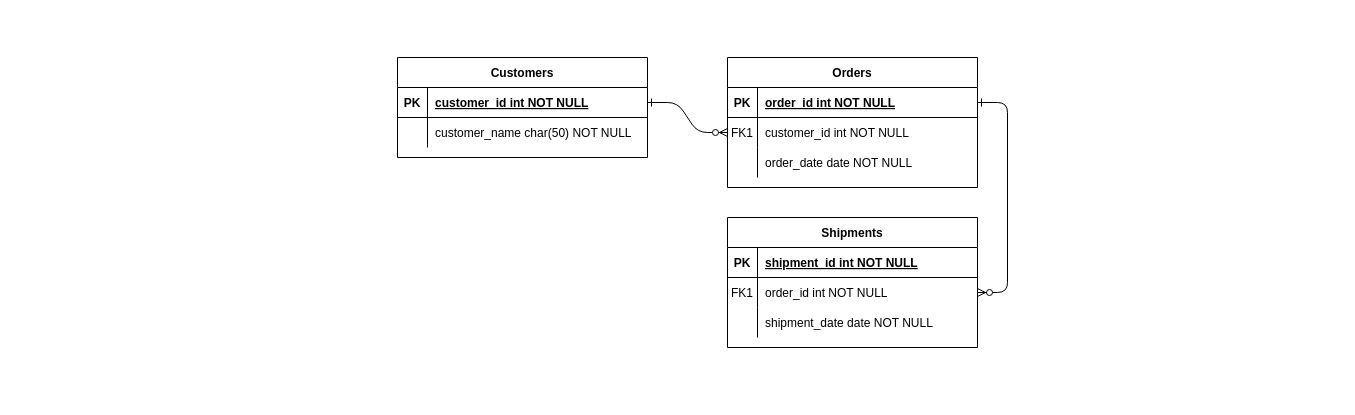
Before: Диаграмма без названия.drawio in Evgeniia0410/music-site, a draw.io diagram. Source tidied: cells renumbered, new cells numbered last; positions are measured from the earlier drawing's top-left corner, leaving out a move shared by most shapes. Both pictures are drawn from the tidied source at 100%, with x=0, y=0 at pixel (397, 57).
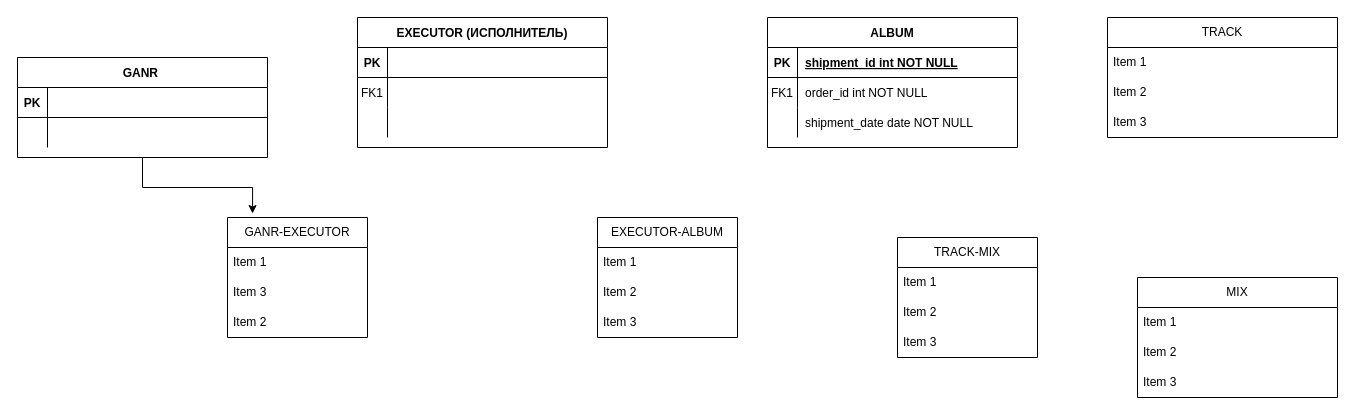
Above is the later version.

Unchanged cells that the change refers to:
```xml
<mxCell id="5" style="shape=partialRectangle;fillColor=none;points=[[0,0.5],[1,0.5]];portConstraint=eastwest;top=0;left=0;right=0;bottom=1;" parent="4" vertex="1">
  <mxGeometry y="30" width="250" height="30" as="geometry" />
</mxCell>
<mxCell id="8" style="shape=partialRectangle;fillColor=none;points=[[0,0.5],[1,0.5]];portConstraint=eastwest;top=0;left=0;right=0;bottom=0;" parent="4" vertex="1">
  <mxGeometry y="60" width="250" height="30" as="geometry" />
</mxCell>
<mxCell id="11" style="shape=partialRectangle;fillColor=none;top=0;left=0;right=0;bottom=0;" parent="4" vertex="1">
  <mxGeometry y="90" width="250" height="30" as="geometry" />
</mxCell>
<mxCell id="18" style="shape=partialRectangle;fillColor=none;points=[[0,0.5],[1,0.5]];portConstraint=eastwest;top=0;left=0;right=0;bottom=0;" parent="14" vertex="1">
  <mxGeometry y="60" width="250" height="30" as="geometry" />
</mxCell>
<mxCell id="25" style="shape=partialRectangle;fillColor=none;points=[[0,0.5],[1,0.5]];portConstraint=eastwest;top=0;left=0;right=0;bottom=1;" parent="24" vertex="1">
  <mxGeometry y="30" width="250" height="30" as="geometry" />
</mxCell>
<mxCell id="28" style="shape=partialRectangle;fillColor=none;top=0;left=0;right=0;bottom=0;" parent="24" vertex="1">
  <mxGeometry y="60" width="250" height="30" as="geometry" />
</mxCell>
```

Diff of the diagram source:
```diff
@@
-    <mxCell id="2" style="edgeStyle=entityRelationEdgeStyle;endArrow=ERzeroToMany;startArrow=ERone;endFill=1;startFill=0;" parent="1" edge="1" source="25" target="8">
-      <mxGeometry relative="1" as="geometry" />
-    </mxCell>
-    <mxCell id="3" style="edgeStyle=entityRelationEdgeStyle;endArrow=ERzeroToMany;startArrow=ERone;endFill=1;startFill=0;" parent="1" edge="1" source="5" target="18">
-      <mxGeometry relative="1" as="geometry" />
-    </mxCell>
-    <mxCell id="4" value="Orders" style="shape=table;startSize=30;childLayout=tableLayout;rowLines=0;fontStyle=1;align=center;" parent="1" vertex="1">
-      <mxGeometry x="330" width="250" height="130" as="geometry" />
+    <mxCell id="4" value="EXECUTOR (ИСПОЛНИТЕЛЬ)" style="shape=table;startSize=30;childLayout=tableLayout;rowLines=0;fontStyle=1;align=center;" parent="1" vertex="1">
+      <mxGeometry x="-40" y="-40" width="250" height="130" as="geometry" />
     </mxCell>
@@
-    <mxCell id="7" value="order_id int NOT NULL " style="shape=partialRectangle;overflow=hidden;fillColor=none;top=0;left=0;bottom=0;right=0;align=left;spacingLeft=6;fontStyle=5;" parent="5" vertex="1">
+    <mxCell id="7" style="shape=partialRectangle;overflow=hidden;fillColor=none;top=0;left=0;bottom=0;right=0;align=left;spacingLeft=6;fontStyle=5;" parent="5" vertex="1">
       <mxGeometry x="30" width="220" height="30" as="geometry" />
     </mxCell>
@@
-    <mxCell id="10" value="customer_id int NOT NULL" style="shape=partialRectangle;overflow=hidden;fillColor=none;top=0;left=0;bottom=0;right=0;align=left;spacingLeft=6;" parent="8" vertex="1">
+    <mxCell id="10" style="shape=partialRectangle;overflow=hidden;fillColor=none;top=0;left=0;bottom=0;right=0;align=left;spacingLeft=6;" parent="8" vertex="1">
       <mxGeometry x="30" width="220" height="30" as="geometry" />
     </mxCell>
@@
-    <mxCell id="13" value="order_date date NOT NULL" style="shape=partialRectangle;overflow=hidden;fillColor=none;top=0;left=0;bottom=0;right=0;align=left;spacingLeft=6;" parent="11" vertex="1">
+    <mxCell id="13" style="shape=partialRectangle;overflow=hidden;fillColor=none;top=0;left=0;bottom=0;right=0;align=left;spacingLeft=6;" parent="11" vertex="1">
       <mxGeometry x="30" width="220" height="30" as="geometry" />
     </mxCell>
-    <mxCell id="14" value="Shipments" style="shape=table;startSize=30;childLayout=tableLayout;rowLines=0;fontStyle=1;align=center;" parent="1" vertex="1">
-      <mxGeometry x="330" y="160" width="250" height="130" as="geometry" />
+    <mxCell id="14" value="ALBUM" style="shape=table;startSize=30;childLayout=tableLayout;rowLines=0;fontStyle=1;align=center;" parent="1" vertex="1">
+      <mxGeometry x="370" y="-40" width="250" height="130" as="geometry" />
     </mxCell>
@@
+    <mxCell id="31" style="edgeStyle=orthogonalEdgeStyle;rounded=0;jettySize=auto;html=1;entryX=0.179;entryY=-0.033;entryDx=0;entryDy=0;entryPerimeter=0;" parent="1" edge="1" source="24" target="32">
+      <mxGeometry relative="1" as="geometry" />
+    </mxCell>
-    <mxCell id="24" value="Customers" style="shape=table;startSize=30;childLayout=tableLayout;rowLines=0;fontStyle=1;align=center;" parent="1" vertex="1">
-      <mxGeometry width="250" height="100" as="geometry" />
+    <mxCell id="24" value="GANR " style="shape=table;startSize=30;childLayout=tableLayout;rowLines=0;fontStyle=1;align=center;" parent="1" vertex="1">
+      <mxGeometry x="-380" width="250" height="100" as="geometry" />
     </mxCell>
@@
-    <mxCell id="27" value="customer_id int NOT NULL " style="shape=partialRectangle;overflow=hidden;fillColor=none;top=0;left=0;bottom=0;right=0;align=left;spacingLeft=6;fontStyle=5;" parent="25" vertex="1">
+    <mxCell id="27" style="shape=partialRectangle;overflow=hidden;fillColor=none;top=0;left=0;bottom=0;right=0;align=left;spacingLeft=6;fontStyle=5;flipH=1;flipV=1;" parent="25" vertex="1">
       <mxGeometry x="30" width="220" height="30" as="geometry" />
     </mxCell>
@@
-    <mxCell id="30" value="customer_name char(50) NOT NULL" style="shape=partialRectangle;overflow=hidden;fillColor=none;top=0;left=0;bottom=0;right=0;align=left;spacingLeft=6;" parent="28" vertex="1">
+    <mxCell id="30" style="shape=partialRectangle;overflow=hidden;fillColor=none;top=0;left=0;bottom=0;right=0;align=left;spacingLeft=6;" parent="28" vertex="1">
       <mxGeometry x="30" width="220" height="30" as="geometry" />
     </mxCell>
+    <mxCell id="32" value="GANR-EXECUTOR" style="swimlane;fontStyle=0;horizontal=1;startSize=30;whiteSpace=wrap;html=1;" parent="1" vertex="1">
+      <mxGeometry x="-170" y="160" width="140" height="120" as="geometry" />
+    </mxCell>
+    <mxCell id="33" value="Item 1" style="text;strokeColor=none;fillColor=none;align=left;verticalAlign=middle;spacingLeft=4;spacingRight=4;overflow=hidden;whiteSpace=wrap;html=1;" parent="32" vertex="1">
+      <mxGeometry y="30" width="140" height="30" as="geometry" />
+    </mxCell>
+    <mxCell id="34" value="Item 3" style="text;strokeColor=none;fillColor=none;align=left;verticalAlign=middle;spacingLeft=4;spacingRight=4;overflow=hidden;whiteSpace=wrap;html=1;" parent="32" vertex="1">
+      <mxGeometry y="60" width="140" height="30" as="geometry" />
+    </mxCell>
+    <mxCell id="35" value="Item 2" style="text;strokeColor=none;fillColor=none;align=left;verticalAlign=middle;spacingLeft=4;spacingRight=4;overflow=hidden;whiteSpace=wrap;html=1;" parent="32" vertex="1">
+      <mxGeometry y="90" width="140" height="30" as="geometry" />
+    </mxCell>
+    <mxCell id="36" value="EXECUTOR-ALBUM" style="swimlane;fontStyle=0;horizontal=1;startSize=30;whiteSpace=wrap;html=1;" parent="1" vertex="1">
+      <mxGeometry x="200" y="160" width="140" height="120" as="geometry" />
+    </mxCell>
+    <mxCell id="37" value="Item 1" style="text;strokeColor=none;fillColor=none;align=left;verticalAlign=middle;spacingLeft=4;spacingRight=4;overflow=hidden;whiteSpace=wrap;html=1;" parent="36" vertex="1">
+      <mxGeometry y="30" width="140" height="30" as="geometry" />
+    </mxCell>
+    <mxCell id="38" value="Item 2" style="text;strokeColor=none;fillColor=none;align=left;verticalAlign=middle;spacingLeft=4;spacingRight=4;overflow=hidden;whiteSpace=wrap;html=1;" parent="36" vertex="1">
+      <mxGeometry y="60" width="140" height="30" as="geometry" />
+    </mxCell>
+    <mxCell id="39" value="Item 3" style="text;strokeColor=none;fillColor=none;align=left;verticalAlign=middle;spacingLeft=4;spacingRight=4;overflow=hidden;whiteSpace=wrap;html=1;" parent="36" vertex="1">
+      <mxGeometry y="90" width="140" height="30" as="geometry" />
+    </mxCell>
+    <mxCell id="40" value="TRACK" style="swimlane;fontStyle=0;horizontal=1;startSize=30;whiteSpace=wrap;html=1;" parent="1" vertex="1">
+      <mxGeometry x="710" y="-40" width="230" height="120" as="geometry" />
+    </mxCell>
+    <mxCell id="41" value="Item 1" style="text;strokeColor=none;fillColor=none;align=left;verticalAlign=middle;spacingLeft=4;spacingRight=4;overflow=hidden;whiteSpace=wrap;html=1;" parent="40" vertex="1">
+      <mxGeometry y="30" width="230" height="30" as="geometry" />
+    </mxCell>
+    <mxCell id="42" value="Item 2" style="text;strokeColor=none;fillColor=none;align=left;verticalAlign=middle;spacingLeft=4;spacingRight=4;overflow=hidden;whiteSpace=wrap;html=1;" parent="40" vertex="1">
+      <mxGeometry y="60" width="230" height="30" as="geometry" />
+    </mxCell>
+    <mxCell id="43" value="Item 3" style="text;strokeColor=none;fillColor=none;align=left;verticalAlign=middle;spacingLeft=4;spacingRight=4;overflow=hidden;whiteSpace=wrap;html=1;" parent="40" vertex="1">
+      <mxGeometry y="90" width="230" height="30" as="geometry" />
+    </mxCell>
+    <mxCell id="44" value="TRACK-MIX" style="swimlane;fontStyle=0;horizontal=1;startSize=30;whiteSpace=wrap;html=1;" parent="1" vertex="1">
+      <mxGeometry x="500" y="180" width="140" height="120" as="geometry" />
+    </mxCell>
+    <mxCell id="45" value="Item 1" style="text;strokeColor=none;fillColor=none;align=left;verticalAlign=middle;spacingLeft=4;spacingRight=4;overflow=hidden;whiteSpace=wrap;html=1;" parent="44" vertex="1">
+      <mxGeometry y="30" width="140" height="30" as="geometry" />
+    </mxCell>
+    <mxCell id="46" value="Item 2" style="text;strokeColor=none;fillColor=none;align=left;verticalAlign=middle;spacingLeft=4;spacingRight=4;overflow=hidden;whiteSpace=wrap;html=1;" parent="44" vertex="1">
+      <mxGeometry y="60" width="140" height="30" as="geometry" />
+    </mxCell>
+    <mxCell id="47" value="Item 3" style="text;strokeColor=none;fillColor=none;align=left;verticalAlign=middle;spacingLeft=4;spacingRight=4;overflow=hidden;whiteSpace=wrap;html=1;" parent="44" vertex="1">
+      <mxGeometry y="90" width="140" height="30" as="geometry" />
+    </mxCell>
+    <mxCell id="48" value="MIX" style="swimlane;fontStyle=0;horizontal=1;startSize=30;whiteSpace=wrap;html=1;" parent="1" vertex="1">
+      <mxGeometry x="740" y="220" width="200" height="120" as="geometry" />
+    </mxCell>
+    <mxCell id="49" value="Item 1" style="text;strokeColor=none;fillColor=none;align=left;verticalAlign=middle;spacingLeft=4;spacingRight=4;overflow=hidden;whiteSpace=wrap;html=1;" parent="48" vertex="1">
+      <mxGeometry y="30" width="200" height="30" as="geometry" />
+    </mxCell>
+    <mxCell id="50" value="Item 2" style="text;strokeColor=none;fillColor=none;align=left;verticalAlign=middle;spacingLeft=4;spacingRight=4;overflow=hidden;whiteSpace=wrap;html=1;" parent="48" vertex="1">
+      <mxGeometry y="60" width="200" height="30" as="geometry" />
+    </mxCell>
+    <mxCell id="51" value="Item 3" style="text;strokeColor=none;fillColor=none;align=left;verticalAlign=middle;spacingLeft=4;spacingRight=4;overflow=hidden;whiteSpace=wrap;html=1;" parent="48" vertex="1">
+      <mxGeometry y="90" width="200" height="30" as="geometry" />
+    </mxCell>
```
